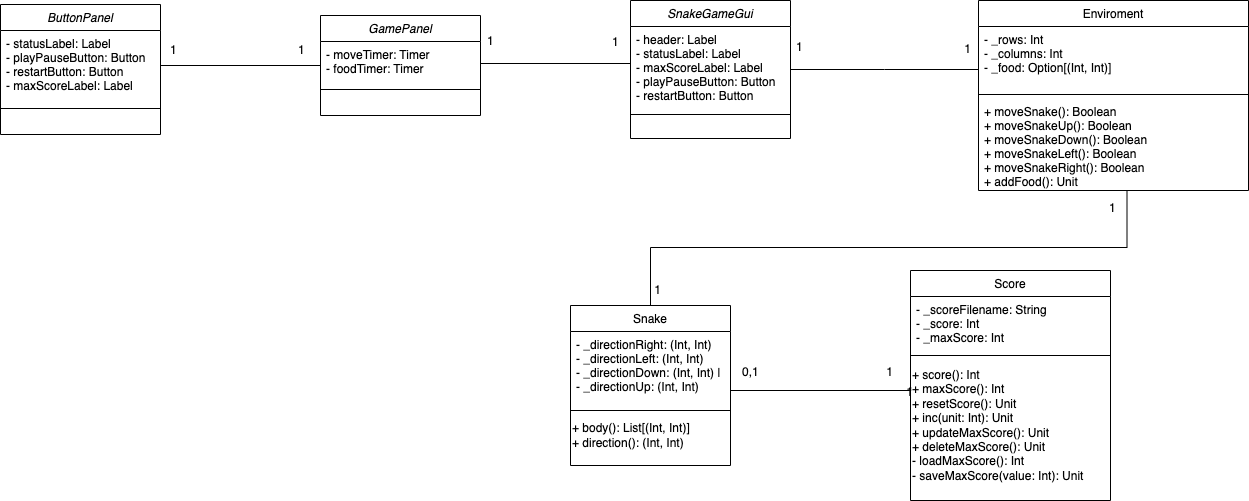
Earlier version of the draw.io export docs/img/diagrammaclassi.png (diegosozio/PPS-23-SnakeScala). Source tidied: cells renumbered, new cells last; positions are measured from the earlier drawing's top-left corner, leaving out a move shared by most shapes.
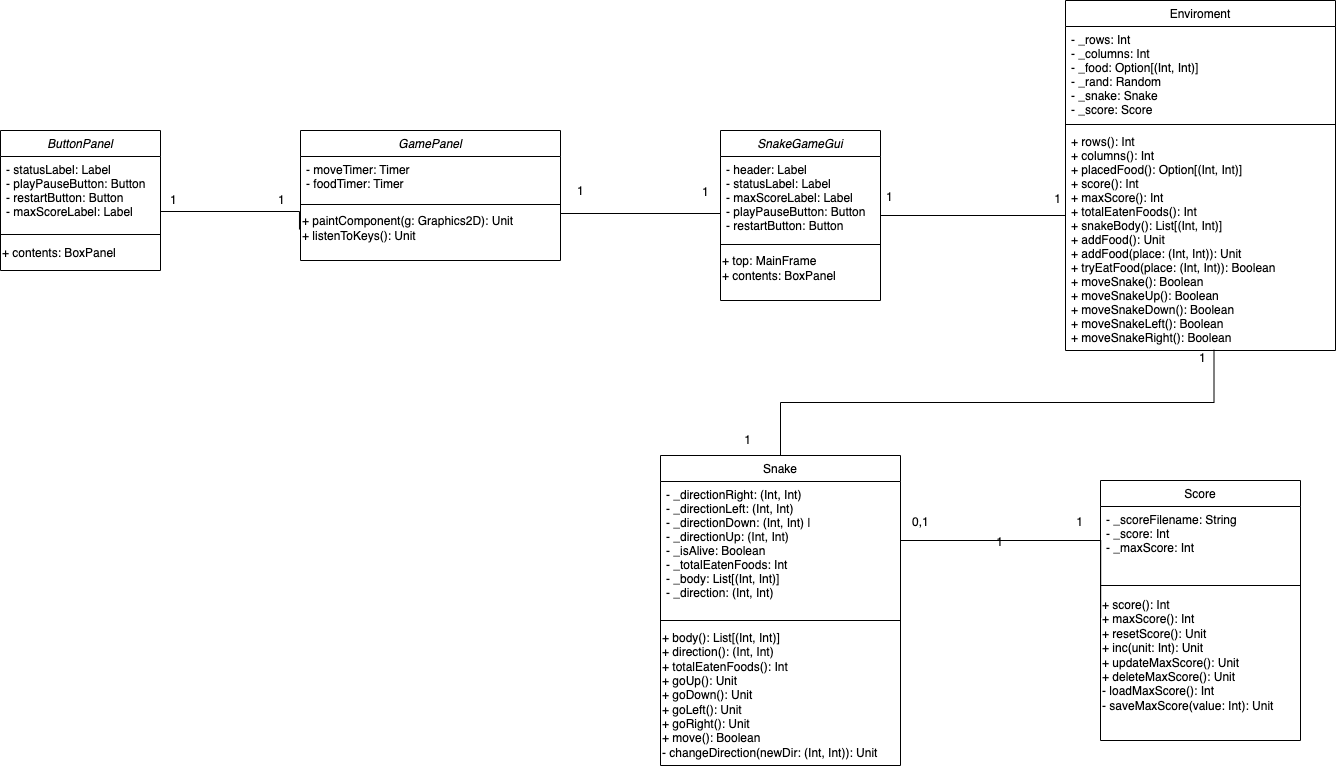
After the change.

Diff of the diagram source:
```diff
@@ -3,7 +3,7 @@
     <mxCell id="0" />
     <mxCell id="1" parent="0" />
     <mxCell id="2" value="SnakeGameGui" style="swimlane;fontStyle=2;align=center;verticalAlign=top;horizontal=1;startSize=26;rounded=0;shadow=0;strokeWidth=1;" parent="1" vertex="1">
-      <mxGeometry x="630" width="160" height="138" as="geometry" />
+      <mxGeometry x="630" y="-20" width="160" height="170" as="geometry" />
     </mxCell>
     <mxCell id="3" value="- header: Label &#10;- statusLabel: Label &#10;- maxScoreLabel: Label &#10;- playPauseButton: Button &#10;- restartButton: Button" style="text;align=left;verticalAlign=top;spacingLeft=4;spacingRight=4;overflow=hidden;points=[[0,0.5],[1,0.5]];portConstraint=eastwest;" parent="2" vertex="1">
       <mxGeometry y="26" width="160" height="84" as="geometry" />
@@ -11,41 +11,44 @@
     <mxCell id="4" style="line;html=1;strokeWidth=1;align=left;verticalAlign=middle;spacingTop=-1;spacingLeft=3;spacingRight=3;labelPosition=right;" parent="2" vertex="1">
       <mxGeometry y="110" width="160" height="8" as="geometry" />
     </mxCell>
+    <mxCell id="40" value="+ top: MainFrame&lt;div&gt;+ contents: BoxPanel&lt;/div&gt;" style="text;html=1;align=left;verticalAlign=middle;strokeColor=none;fillColor=none;" parent="2" vertex="1">
+      <mxGeometry y="118" width="160" height="40" as="geometry" />
+    </mxCell>
     <mxCell id="5" value="Snake" style="swimlane;fontStyle=0;align=center;verticalAlign=top;horizontal=1;startSize=26;rounded=0;shadow=0;strokeWidth=1;" parent="1" vertex="1">
-      <mxGeometry x="570" y="305" width="160" height="160" as="geometry" />
+      <mxGeometry x="570" y="305" width="240" height="310" as="geometry" />
     </mxCell>
-    <mxCell id="6" value="- _directionRight: (Int, Int)&#10;- _directionLeft: (Int, Int)&#10;- _directionDown: (Int, Int)  |&#10;- _directionUp: (Int, Int) " style="text;align=left;verticalAlign=top;spacingLeft=4;spacingRight=4;overflow=hidden;rounded=0;shadow=0;html=0;" parent="5" vertex="1">
-      <mxGeometry y="26" width="160" height="74" as="geometry" />
+    <mxCell id="6" value="- _directionRight: (Int, Int)&#10;- _directionLeft: (Int, Int)&#10;- _directionDown: (Int, Int)  |&#10;- _directionUp: (Int, Int) &#10;- _isAlive: Boolean&#10;- _totalEatenFoods: Int&#10;- _body: List[(Int, Int)] &#10;- _direction: (Int, Int)&#10;" style="text;align=left;verticalAlign=top;spacingLeft=4;spacingRight=4;overflow=hidden;rounded=0;shadow=0;html=0;" parent="5" vertex="1">
+      <mxGeometry y="26" width="240" height="134" as="geometry" />
     </mxCell>
     <mxCell id="7" style="line;html=1;strokeWidth=1;align=left;verticalAlign=middle;spacingTop=-1;spacingLeft=3;spacingRight=3;labelPosition=right;" parent="5" vertex="1">
-      <mxGeometry y="100" width="160" height="10" as="geometry" />
+      <mxGeometry y="160" width="240" height="10" as="geometry" />
     </mxCell>
-    <mxCell id="8" value="+ body(): List[(Int, Int)]&lt;div&gt;+ direction(): (Int, Int)&amp;nbsp;&amp;nbsp;&lt;/div&gt;" style="text;html=1;align=left;verticalAlign=middle;strokeColor=none;fillColor=none;" parent="5" vertex="1">
-      <mxGeometry y="110" width="160" height="40" as="geometry" />
+    <mxCell id="8" value="+ body(): List[(Int, Int)]&lt;div&gt;+ direction(): (Int, Int)&amp;nbsp;&lt;/div&gt;&lt;div&gt;&lt;span style=&quot;background-color: initial;&quot;&gt;+ totalEatenFoods(): Int&amp;nbsp;&lt;/span&gt;&lt;/div&gt;&lt;div&gt;&lt;span style=&quot;background-color: initial;&quot;&gt;+ goUp(): Unit&lt;/span&gt;&lt;/div&gt;&lt;div&gt;&lt;span style=&quot;background-color: initial;&quot;&gt;+ goDown(): Unit&amp;nbsp;&lt;/span&gt;&lt;/div&gt;&lt;div&gt;&lt;span style=&quot;background-color: initial;&quot;&gt;+ goLeft(): Unit&amp;nbsp;&lt;/span&gt;&lt;/div&gt;&lt;div&gt;&lt;span style=&quot;background-color: initial;&quot;&gt;+ goRight(): Unit&amp;nbsp;&lt;/span&gt;&lt;/div&gt;&lt;div&gt;&lt;span style=&quot;background-color: initial;&quot;&gt;+ move(): Boolean&lt;/span&gt;&lt;/div&gt;&lt;div&gt;&lt;span style=&quot;background-color: initial;&quot;&gt;- changeDirection(newDir: (Int, Int)): Unit&lt;/span&gt;&lt;span style=&quot;background-color: initial;&quot;&gt;&amp;nbsp;&lt;/span&gt;&lt;/div&gt;" style="text;html=1;align=left;verticalAlign=middle;strokeColor=none;fillColor=none;" parent="5" vertex="1">
+      <mxGeometry y="170" width="240" height="140" as="geometry" />
     </mxCell>
     <mxCell id="9" value="Score" style="swimlane;fontStyle=0;align=center;verticalAlign=top;horizontal=1;startSize=26;rounded=0;shadow=0;strokeWidth=1;" parent="1" vertex="1">
-      <mxGeometry x="910" y="270" width="200" height="230" as="geometry" />
+      <mxGeometry x="1010" y="330" width="200" height="260" as="geometry" />
     </mxCell>
     <mxCell id="10" value="- _scoreFilename: String&#10;- _score: Int&#10;- _maxScore: Int&#10;" style="text;align=left;verticalAlign=top;spacingLeft=4;spacingRight=4;overflow=hidden;" parent="9" vertex="1">
-      <mxGeometry y="26" width="200" height="54" as="geometry" />
+      <mxGeometry y="26" width="200" height="74" as="geometry" />
     </mxCell>
     <mxCell id="11" style="line;html=1;strokeWidth=1;align=left;verticalAlign=middle;spacingTop=-1;spacingLeft=3;spacingRight=3;labelPosition=right;" parent="9" vertex="1">
-      <mxGeometry y="80" width="200" height="10" as="geometry" />
+      <mxGeometry y="100" width="200" height="10" as="geometry" />
     </mxCell>
-    <mxCell id="12" value="&lt;div style=&quot;&quot;&gt;+ score(): Int&lt;/div&gt;&lt;div style=&quot;&quot;&gt;+ maxScore(): Int&lt;/div&gt;&lt;div style=&quot;&quot;&gt;+ resetScore(): Unit&lt;/div&gt;&lt;div style=&quot;&quot;&gt;+ inc(unit: Int): Unit&lt;/div&gt;&lt;div style=&quot;&quot;&gt;+ updateMaxScore(): Unit&lt;/div&gt;&lt;div style=&quot;&quot;&gt;+ deleteMaxScore(): Unit&lt;/div&gt;&lt;div style=&quot;&quot;&gt;- loadMaxScore(): Int&lt;/div&gt;&lt;div style=&quot;&quot;&gt;- saveMaxScore(value: Int): Unit&amp;nbsp;&lt;/div&gt;" style="text;html=1;align=left;verticalAlign=middle;points=[];strokeColor=none;fillColor=none;" parent="9" vertex="1">
-      <mxGeometry y="90" width="200" height="130" as="geometry" />
+    <mxCell id="12" value="&lt;div style=&quot;&quot;&gt;+ score(): Int&lt;/div&gt;&lt;div style=&quot;&quot;&gt;+ maxScore(): Int&lt;/div&gt;&lt;div style=&quot;&quot;&gt;+ resetScore(): Unit&lt;/div&gt;&lt;div style=&quot;&quot;&gt;+ inc(unit: Int): Unit&lt;/div&gt;&lt;div style=&quot;&quot;&gt;+ updateMaxScore(): Unit&amp;nbsp;&lt;/div&gt;&lt;div style=&quot;&quot;&gt;+ deleteMaxScore(): Unit&lt;/div&gt;&lt;div style=&quot;&quot;&gt;- loadMaxScore(): Int&lt;/div&gt;&lt;div style=&quot;&quot;&gt;- saveMaxScore(value: Int): Unit&lt;br&gt;&lt;/div&gt;" style="text;html=1;align=left;verticalAlign=middle;points=[];strokeColor=none;fillColor=none;" parent="9" vertex="1">
+      <mxGeometry y="110" width="200" height="130" as="geometry" />
     </mxCell>
     <mxCell id="13" value="Enviroment" style="swimlane;fontStyle=0;align=center;verticalAlign=top;horizontal=1;startSize=26;rounded=0;shadow=0;strokeWidth=1;" parent="1" vertex="1">
-      <mxGeometry x="978" width="270" height="190" as="geometry" />
+      <mxGeometry x="975" y="-150" width="270" height="350" as="geometry" />
     </mxCell>
-    <mxCell id="14" value="- _rows: Int &#10;- _columns: Int &#10;- _food: Option[(Int, Int)]" style="text;align=left;verticalAlign=top;spacingLeft=4;spacingRight=4;overflow=hidden;" parent="13" vertex="1">
-      <mxGeometry y="26" width="270" height="64" as="geometry" />
+    <mxCell id="14" value="- _rows: Int &#10;- _columns: Int &#10;- _food: Option[(Int, Int)]&#10;- _rand: Random&#10;- _snake: Snake&#10;- _score: Score&#10;" style="text;align=left;verticalAlign=top;spacingLeft=4;spacingRight=4;overflow=hidden;" parent="13" vertex="1">
+      <mxGeometry y="26" width="270" height="94" as="geometry" />
     </mxCell>
     <mxCell id="15" style="line;html=1;strokeWidth=1;align=left;verticalAlign=middle;spacingTop=-1;spacingLeft=3;spacingRight=3;labelPosition=right;" parent="13" vertex="1">
-      <mxGeometry y="90" width="270" height="8" as="geometry" />
+      <mxGeometry y="120" width="270" height="8" as="geometry" />
     </mxCell>
-    <mxCell id="16" value="+ moveSnake(): Boolean &#10;+ moveSnakeUp(): Boolean &#10;+ moveSnakeDown(): Boolean &#10;+ moveSnakeLeft(): Boolean &#10;+ moveSnakeRight(): Boolean&#10;+ addFood(): Unit &#10;" style="text;align=left;verticalAlign=top;spacingLeft=4;spacingRight=4;overflow=hidden;points=[[0,0.5],[1,0.5]];portConstraint=eastwest;" parent="13" vertex="1">
-      <mxGeometry y="98" width="270" height="92" as="geometry" />
+    <mxCell id="16" value="+ rows(): Int &#10;+ columns(): Int&#10;+ placedFood(): Option[(Int, Int)] &#10;+ score(): Int &#10;+ maxScore(): Int &#10;+ totalEatenFoods(): Int &#10;+ snakeBody(): List[(Int, Int)] &#10;+ addFood(): Unit &#10;+ addFood(place: (Int, Int)): Unit &#10;+ tryEatFood(place: (Int, Int)): Boolean&#10;+ moveSnake(): Boolean&#10;+ moveSnakeUp(): Boolean &#10;+ moveSnakeDown(): Boolean&#10;+ moveSnakeLeft(): Boolean&#10;+ moveSnakeRight(): Boolean&#10;" style="text;align=left;verticalAlign=top;spacingLeft=4;spacingRight=4;overflow=hidden;points=[[0,0.5],[1,0.5]];portConstraint=eastwest;" parent="13" vertex="1">
+      <mxGeometry y="128" width="270" height="222" as="geometry" />
     </mxCell>
     <mxCell id="17" style="endArrow=none;shadow=0;strokeWidth=1;rounded=0;curved=0;endFill=0;edgeStyle=elbowEdgeStyle;elbow=vertical;" parent="1" edge="1" source="2" target="13">
       <mxGeometry x="0.5" y="41" relative="1" as="geometry">
@@ -53,16 +56,19 @@
       </mxGeometry>
     </mxCell>
     <mxCell id="18" value="GamePanel" style="swimlane;fontStyle=2;align=center;verticalAlign=top;horizontal=1;startSize=26;rounded=0;shadow=0;strokeWidth=1;" parent="1" vertex="1">
-      <mxGeometry x="320" y="15" width="160" height="100" as="geometry" />
+      <mxGeometry x="210" y="-20" width="260" height="130" as="geometry" />
     </mxCell>
     <mxCell id="19" value="- moveTimer: Timer&#10;- foodTimer: Timer" style="text;align=left;verticalAlign=top;spacingLeft=4;spacingRight=4;overflow=hidden;points=[[0,0.5],[1,0.5]];portConstraint=eastwest;" parent="18" vertex="1">
-      <mxGeometry y="26" width="160" height="44" as="geometry" />
+      <mxGeometry y="26" width="260" height="44" as="geometry" />
     </mxCell>
     <mxCell id="20" style="line;html=1;strokeWidth=1;align=left;verticalAlign=middle;spacingTop=-1;spacingLeft=3;spacingRight=3;labelPosition=right;" parent="18" vertex="1">
-      <mxGeometry y="70" width="160" height="8" as="geometry" />
+      <mxGeometry y="70" width="260" height="8" as="geometry" />
     </mxCell>
+    <mxCell id="41" value="+ paintComponent(g: Graphics2D): Unit&lt;div&gt;+ listenToKeys(): Unit&lt;/div&gt;" style="text;html=1;align=left;verticalAlign=middle;points=[];strokeColor=none;fillColor=none;" parent="18" vertex="1">
+      <mxGeometry y="78" width="260" height="40" as="geometry" />
+    </mxCell>
     <mxCell id="21" value="ButtonPanel" style="swimlane;fontStyle=2;align=center;verticalAlign=top;horizontal=1;startSize=26;rounded=0;shadow=0;strokeWidth=1;" parent="1" vertex="1">
-      <mxGeometry y="4" width="160" height="130" as="geometry" />
+      <mxGeometry x="-90" y="-20" width="160" height="140" as="geometry" />
     </mxCell>
     <mxCell id="22" value="- statusLabel: Label&#10;- playPauseButton: Button&#10;- restartButton: Button&#10;- maxScoreLabel: Label " style="text;align=left;verticalAlign=top;spacingLeft=4;spacingRight=4;overflow=hidden;points=[[0,0.5],[1,0.5]];portConstraint=eastwest;" parent="21" vertex="1">
       <mxGeometry y="26" width="160" height="74" as="geometry" />
@@ -78,7 +84,7 @@
         <mxPoint x="-40" y="32" as="offset" />
       </mxGeometry>
     </mxCell>
-    <mxCell id="25" style="endArrow=none;shadow=0;strokeWidth=1;rounded=0;curved=0;endFill=0;edgeStyle=elbowEdgeStyle;elbow=vertical;entryX=1;entryY=0.5;entryDx=0;entryDy=0;exitX=0;exitY=0.5;exitDx=0;exitDy=0;" parent="1" edge="1" source="19" target="22">
+    <mxCell id="25" style="endArrow=none;shadow=0;strokeWidth=1;rounded=0;curved=0;endFill=0;edgeStyle=elbowEdgeStyle;elbow=vertical;entryX=1;entryY=0.5;entryDx=0;entryDy=0;exitX=-0.004;exitY=0.525;exitDx=0;exitDy=0;exitPerimeter=0;" parent="1" edge="1" source="41" target="22">
       <mxGeometry x="0.5" y="41" relative="1" as="geometry">
         <mxPoint x="-40" y="32" as="offset" />
       </mxGeometry>
@@ -88,7 +94,7 @@
     </mxCell>
     <mxCell id="27" style="endArrow=none;shadow=0;strokeWidth=1;rounded=0;curved=0;endFill=0;edgeStyle=elbowEdgeStyle;elbow=vertical;exitX=0.001;exitY=0.21;exitDx=0;exitDy=0;exitPerimeter=0;strokeColor=default;startArrow=none;startFill=0;" parent="1" edge="1" source="12">
       <mxGeometry x="0.5" y="41" relative="1" as="geometry">
-        <mxPoint x="730" y="387" as="targetPoint" />
+        <mxPoint x="810" y="390" as="targetPoint" />
         <Array as="points">
           <mxPoint x="820" y="390" />
         </Array>
@@ -97,11 +103,11 @@
     </mxCell>
     <mxCell id="28" value="1" style="align=left;verticalAlign=bottom;labelBackgroundColor=none;fontSize=12;" parent="27" vertex="1">
       <mxGeometry x="-1" relative="1" as="geometry">
-        <mxPoint x="-26" y="-7" as="offset" />
+        <mxPoint x="-26" y="-87" as="offset" />
       </mxGeometry>
     </mxCell>
     <mxCell id="29" value="0,1" style="align=left;verticalAlign=bottom;labelBackgroundColor=none;fontSize=12;" parent="1" vertex="1">
-      <mxGeometry x="740" y="380" as="geometry" />
+      <mxGeometry x="820" y="380" as="geometry" />
     </mxCell>
     <mxCell id="30" style="endArrow=none;shadow=0;strokeWidth=1;rounded=0;curved=0;endFill=0;edgeStyle=elbowEdgeStyle;elbow=vertical;entryX=0.55;entryY=0.997;entryDx=0;entryDy=0;exitX=0.5;exitY=0;exitDx=0;exitDy=0;entryPerimeter=0;" parent="1" edge="1" source="5" target="16">
       <mxGeometry x="0.5" y="41" relative="1" as="geometry">
@@ -140,14 +146,17 @@
       </mxGeometry>
     </mxCell>
     <mxCell id="38" value="1" style="align=left;verticalAlign=bottom;labelBackgroundColor=none;fontSize=12;" parent="1" vertex="1">
-      <mxGeometry x="620" y="60" as="geometry">
+      <mxGeometry x="510" y="60" as="geometry">
         <mxPoint x="-324" y="-2" as="offset" />
       </mxGeometry>
     </mxCell>
     <mxCell id="39" value="1" style="align=left;verticalAlign=bottom;labelBackgroundColor=none;fontSize=12;" parent="1" vertex="1">
-      <mxGeometry x="630" y="70" as="geometry">
+      <mxGeometry x="540" y="70" as="geometry">
         <mxPoint x="-462" y="-12" as="offset" />
       </mxGeometry>
     </mxCell>
+    <mxCell id="42" value="+ contents: BoxPanel" style="text;html=1;align=left;verticalAlign=middle;strokeColor=none;fillColor=none;" parent="1" vertex="1">
+      <mxGeometry x="-90" y="88" width="140" height="30" as="geometry" />
+    </mxCell>
   </root>
 </mxGraphModel>
```
